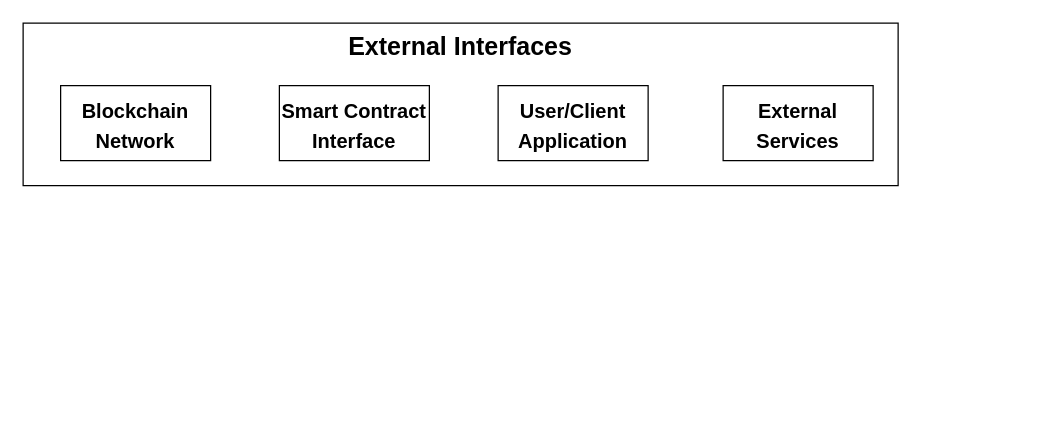
Before: ML Chain 2.drawio in vinayak-k24/DrawIO, a draw.io diagram. Source tidied: cells renumbered, new cells numbered last; positions are measured from the earlier drawing's top-left corner, leaving out a move shared by most shapes. Both pictures are drawn from the tidied source at 125%, with x=0, y=0 at pixel (22, 22).
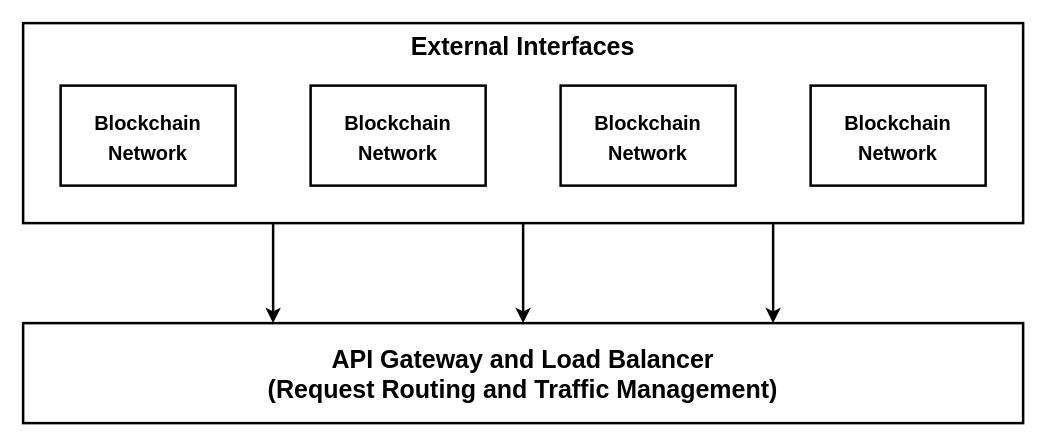
The same page after the edit.

Diff of the diagram source:
```diff
@@
 <mxGraphModel>
   <root>
     <mxCell id="0" />
     <mxCell id="1" parent="0" />
+    <mxCell id="7" style="edgeStyle=orthogonalEdgeStyle;rounded=0;jettySize=auto;html=1;exitX=0.5;exitY=1;exitDx=0;exitDy=0;strokeWidth=2;" parent="1" edge="1" source="2" target="13">
+      <mxGeometry relative="1" as="geometry" />
+    </mxCell>
+    <mxCell id="8" style="edgeStyle=orthogonalEdgeStyle;rounded=0;jettySize=auto;html=1;exitX=0.75;exitY=1;exitDx=0;exitDy=0;entryX=0.75;entryY=0;entryDx=0;entryDy=0;strokeWidth=2;" parent="1" edge="1" source="2" target="13">
+      <mxGeometry relative="1" as="geometry" />
+    </mxCell>
+    <mxCell id="9" style="edgeStyle=orthogonalEdgeStyle;rounded=0;jettySize=auto;html=1;exitX=0.25;exitY=1;exitDx=0;exitDy=0;entryX=0.25;entryY=0;entryDx=0;entryDy=0;strokeWidth=2;" parent="1" edge="1" source="2" target="13">
+      <mxGeometry relative="1" as="geometry" />
+    </mxCell>
-    <mxCell id="2" value="External Interfaces" style="rounded=0;whiteSpace=wrap;html=1;fontSize=20;fontStyle=1;verticalAlign=top;" parent="1" vertex="1">
-      <mxGeometry width="700" height="130" as="geometry" />
+    <mxCell id="2" value="External Interfaces" style="rounded=0;whiteSpace=wrap;html=1;fontSize=20;fontStyle=1;verticalAlign=top;strokeWidth=2;labelBorderColor=none;textShadow=0;glass=0;shadow=0;" parent="1" vertex="1">
+      <mxGeometry width="800" height="160" as="geometry" />
     </mxCell>
-    <mxCell id="3" value="&lt;font style=&quot;font-size: 16px;&quot;&gt;Blockchain Network&lt;/font&gt;" style="rounded=0;whiteSpace=wrap;html=1;fontSize=20;fontStyle=1;" parent="1" vertex="1">
-      <mxGeometry x="30" y="50" width="120" height="60" as="geometry" />
+    <mxCell id="3" value="&lt;font style=&quot;font-size: 16px;&quot;&gt;Blockchain Network&lt;/font&gt;" style="rounded=0;whiteSpace=wrap;html=1;fontSize=20;fontStyle=1;shadow=0;glass=0;strokeWidth=2;" parent="1" vertex="1">
+      <mxGeometry x="30" y="50" width="140" height="80" as="geometry" />
     </mxCell>
-    <mxCell id="4" value="&lt;font style=&quot;font-size: 16px;&quot;&gt;Smart Contract Interface&lt;/font&gt;" style="rounded=0;whiteSpace=wrap;html=1;fontSize=20;fontStyle=1;" parent="1" vertex="1">
-      <mxGeometry x="205" y="50" width="120" height="60" as="geometry" />
-    </mxCell>
-    <mxCell id="5" value="&lt;font style=&quot;font-size: 16px;&quot;&gt;User/Client Application&lt;/font&gt;" style="rounded=0;whiteSpace=wrap;html=1;fontSize=20;fontStyle=1;" parent="1" vertex="1">
-      <mxGeometry x="380" y="50" width="120" height="60" as="geometry" />
-    </mxCell>
-    <mxCell id="6" value="&lt;font style=&quot;font-size: 16px;&quot;&gt;External Services&lt;/font&gt;" style="rounded=0;whiteSpace=wrap;html=1;fontSize=20;fontStyle=1;" parent="1" vertex="1">
-      <mxGeometry x="560" y="50" width="120" height="60" as="geometry" />
-    </mxCell>
+    <mxCell id="10" value="&lt;font style=&quot;font-size: 16px;&quot;&gt;Blockchain Network&lt;/font&gt;" style="rounded=0;whiteSpace=wrap;html=1;fontSize=20;fontStyle=1;shadow=0;glass=0;strokeWidth=2;" parent="1" vertex="1">
+      <mxGeometry x="230" y="50" width="140" height="80" as="geometry" />
+    </mxCell>
+    <mxCell id="11" value="&lt;font style=&quot;font-size: 16px;&quot;&gt;Blockchain Network&lt;/font&gt;" style="rounded=0;whiteSpace=wrap;html=1;fontSize=20;fontStyle=1;shadow=0;glass=0;strokeWidth=2;" parent="1" vertex="1">
+      <mxGeometry x="430" y="50" width="140" height="80" as="geometry" />
+    </mxCell>
+    <mxCell id="12" value="&lt;font style=&quot;font-size: 16px;&quot;&gt;Blockchain Network&lt;/font&gt;" style="rounded=0;whiteSpace=wrap;html=1;fontSize=20;fontStyle=1;shadow=0;glass=0;strokeWidth=2;" parent="1" vertex="1">
+      <mxGeometry x="630" y="50" width="140" height="80" as="geometry" />
+    </mxCell>
+    <mxCell id="13" value="API Gateway and Load Balancer&lt;br&gt;(Request Routing and Traffic Management)" style="rounded=0;whiteSpace=wrap;html=1;fontSize=20;fontStyle=1;verticalAlign=middle;strokeWidth=2;labelPosition=center;verticalLabelPosition=middle;align=center;labelBackgroundColor=none;labelBorderColor=none;textShadow=0;" parent="1" vertex="1">
+      <mxGeometry y="240" width="800" height="80" as="geometry" />
+    </mxCell>
   </root>
 </mxGraphModel>
```
